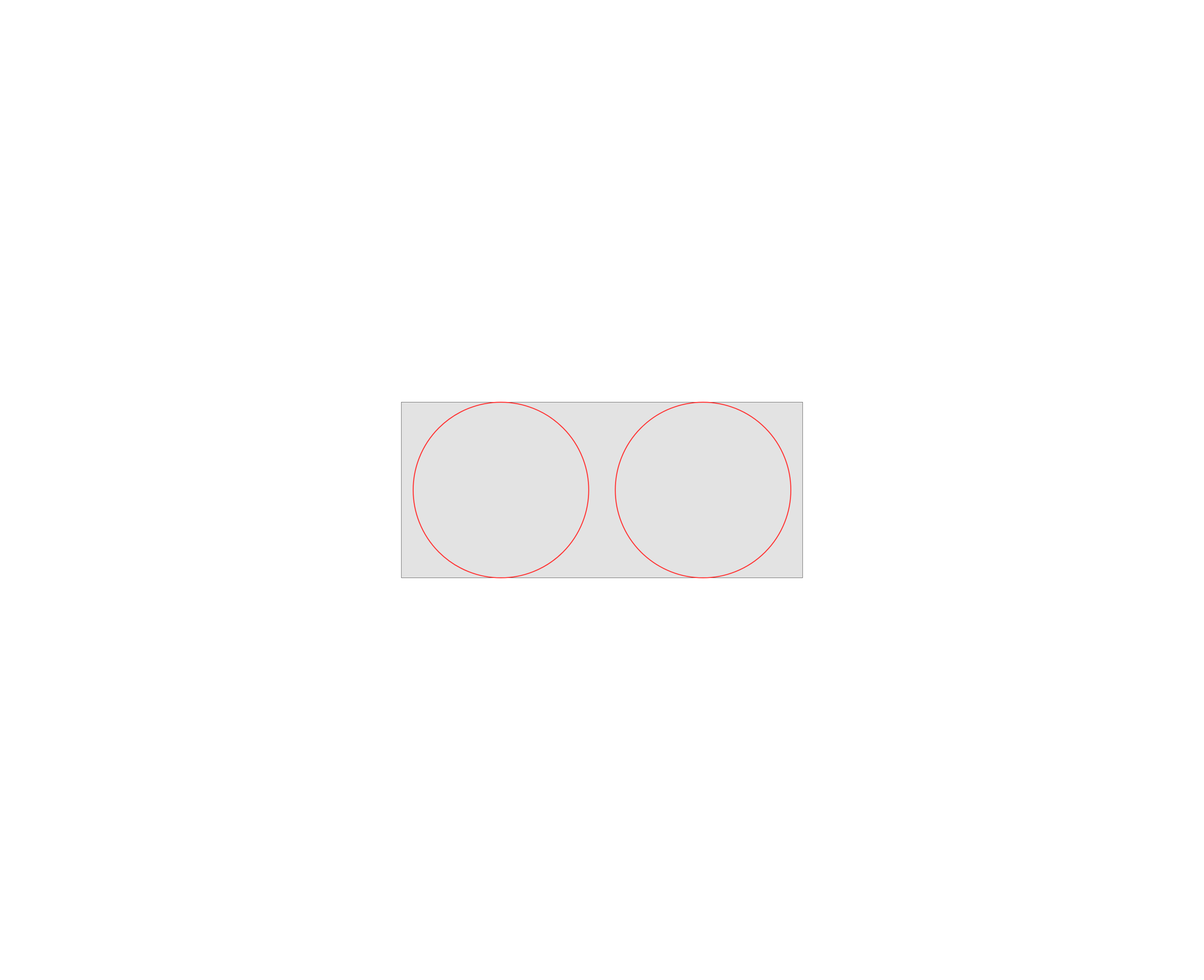
SiO260084/Notes-in-NWAFU keeps this draw.io diagram as 课程/有限元分析/assets/2transducer.svg. Above is the earlier version. Source tidied: cells renumbered, new cells last; positions are measured from the earlier drawing's top-left corner, leaving out a move shared by most shapes.
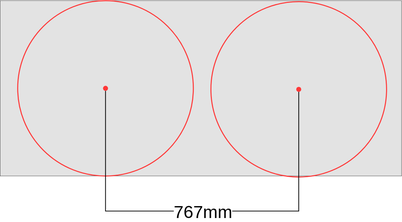
The same file after the commit.

The edit, as a diff of the source:
```diff
@@ -5,11 +5,28 @@
     <mxCell id="2" style="rounded=0;whiteSpace=wrap;html=1;fillColor=light-dark(#e3e3e3, #ededed);" parent="1" vertex="1">
       <mxGeometry width="1600" height="700" as="geometry" />
     </mxCell>
+    <mxCell id="4" style="ellipse;whiteSpace=wrap;html=1;fillColor=none;strokeColor=#FF3838;strokeWidth=4;" parent="1" vertex="1">
+      <mxGeometry x="840" y="4" width="700" height="700" as="geometry" />
+    </mxCell>
+    <mxCell id="5" style="ellipse;whiteSpace=wrap;html=1;fillColor=light-dark(#FF3838,#FF8989);strokeColor=none;" parent="1" vertex="1">
+      <mxGeometry x="1180" y="344" width="20" height="20" as="geometry" />
+    </mxCell>
     <mxCell id="3" style="ellipse;whiteSpace=wrap;html=1;fillColor=none;strokeColor=#FF3838;strokeWidth=4;comic=0;" parent="1" vertex="1">
-      <mxGeometry x="47" width="700" height="700" as="geometry" />
+      <mxGeometry x="70" width="700" height="700" as="geometry" />
     </mxCell>
-    <mxCell id="4" style="ellipse;whiteSpace=wrap;html=1;fillColor=none;strokeColor=#FF3838;strokeWidth=4;" parent="1" vertex="1">
-      <mxGeometry x="853" width="700" height="700" as="geometry" />
-    </mxCell>
+    <mxCell id="6" style="edgeStyle=orthogonalEdgeStyle;rounded=0;jettySize=auto;html=1;exitX=0.5;exitY=1;exitDx=0;exitDy=0;entryX=0.5;entryY=1;entryDx=0;entryDy=0;strokeWidth=3;endArrow=none;endFill=0;" parent="1" edge="1" source="8" target="5">
+      <mxGeometry relative="1" as="geometry">
+        <Array as="points">
+          <mxPoint x="420" y="840" />
+          <mxPoint x="1190" y="840" />
+        </Array>
+      </mxGeometry>
+    </mxCell>
+    <mxCell id="7" value="&lt;font style=&quot;font-size: 70px;&quot;&gt;767mm&lt;/font&gt;" style="edgeLabel;html=1;align=center;verticalAlign=middle;" parent="6" vertex="1">
+      <mxGeometry y="-1" relative="1" as="geometry" />
+    </mxCell>
+    <mxCell id="8" style="ellipse;whiteSpace=wrap;html=1;fillColor=light-dark(#FF3838,#FF8989);strokeColor=none;" parent="1" vertex="1">
+      <mxGeometry x="410" y="340" width="20" height="20" as="geometry" />
+    </mxCell>
   </root>
 </mxGraphModel>
```
